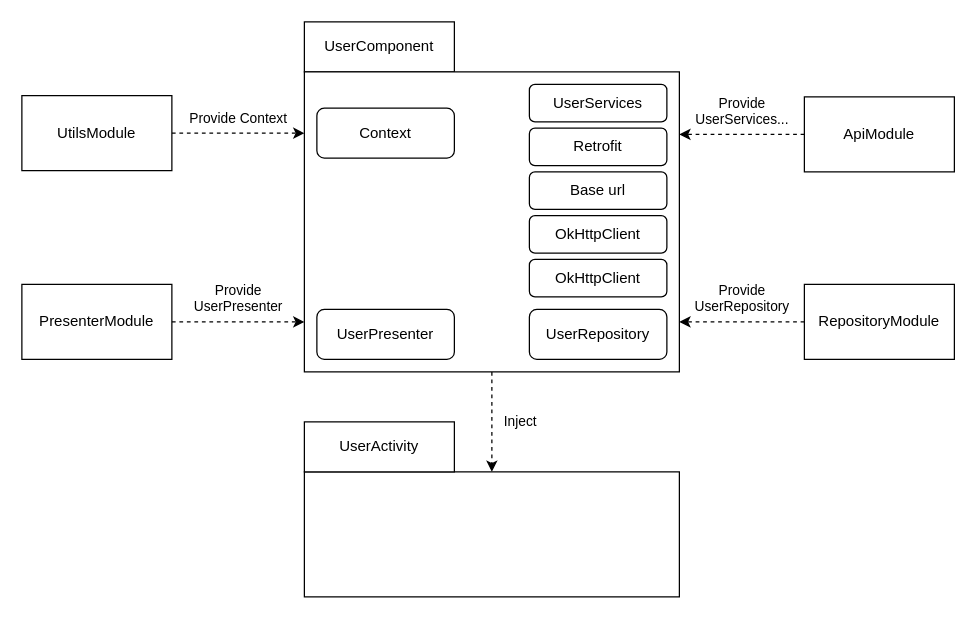
Above: dagger2/Dagger2_component.drawio in srinnix1395/articles-to-share (draw.io), before the change. Source tidied: cells renumbered, new cells numbered last; positions are measured from the earlier drawing's top-left corner, leaving out a move shared by most shapes. Both pictures are drawn from the tidied source at 125%, with x=0, y=0 at pixel (21, 21).
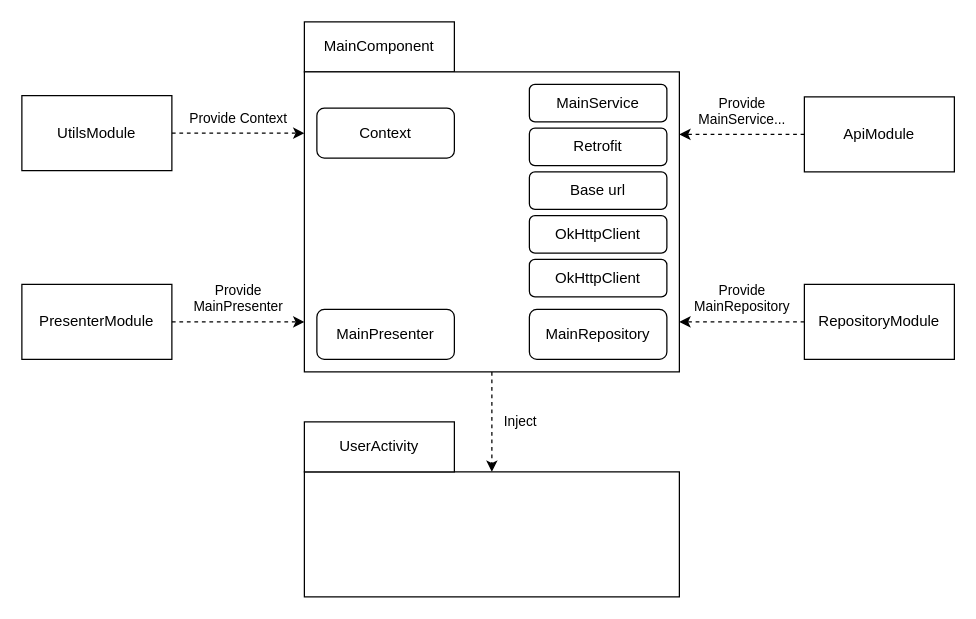
The same page after the edit.

Commit message (it also covers changes not shown here):
FIX Dagger 2 Part II WIP Dagger 2 Part III

Unchanged cells that the change refers to:
```xml
<mxCell id="5" style="group;" parent="1" vertex="1">
  <mxGeometry y="210" width="226" height="60" as="geometry" />
</mxCell>
<mxCell id="7" value="PresenterModule" style="rounded=0;whiteSpace=wrap;html=1;" parent="5" vertex="1">
  <mxGeometry width="120" height="60" as="geometry" />
</mxCell>
<mxCell id="9" style="group;" parent="8" vertex="1">
  <mxGeometry y="30" width="220" height="60" as="geometry" />
</mxCell>
<mxCell id="12" style="group;" parent="1" vertex="1">
  <mxGeometry x="526" y="60" width="220" height="60" as="geometry" />
</mxCell>
<mxCell id="17" style="group;" parent="15" vertex="1">
  <mxGeometry width="300" height="280" as="geometry" />
</mxCell>
```

Change to the diagram source:
```diff
@@
-    <mxCell id="6" value="&lt;div&gt;Provide &lt;br&gt;&lt;/div&gt;&lt;div&gt;UserPresenter&lt;/div&gt;" style="edgeStyle=orthogonalEdgeStyle;rounded=0;jettySize=auto;html=1;dashed=1;verticalAlign=bottom;spacing=5;" parent="5" edge="1" source="7">
+    <mxCell id="6" value="&lt;div&gt;Provide &lt;br&gt;&lt;/div&gt;&lt;div&gt;MainPresenter&lt;/div&gt;" style="edgeStyle=orthogonalEdgeStyle;rounded=0;jettySize=auto;html=1;dashed=1;verticalAlign=bottom;spacing=5;" parent="5" edge="1" source="7">
       <mxGeometry relative="1" as="geometry">
         <mxPoint x="226" y="30" as="targetPoint" />
       </mxGeometry>
     </mxCell>
@@
-    <mxCell id="10" value="&lt;div&gt;Provide &lt;br&gt;&lt;/div&gt;&lt;div&gt;UserRepository&lt;/div&gt;" style="edgeStyle=orthogonalEdgeStyle;rounded=0;orthogonalLoop=1;jettySize=auto;html=1;dashed=1;verticalAlign=bottom;spacing=5;exitX=0;exitY=0.5;exitDx=0;exitDy=0;" parent="9" edge="1">
+    <mxCell id="10" value="&lt;div&gt;Provide &lt;br&gt;&lt;/div&gt;&lt;div&gt;MainRepository&lt;/div&gt;" style="edgeStyle=orthogonalEdgeStyle;rounded=0;orthogonalLoop=1;jettySize=auto;html=1;dashed=1;verticalAlign=bottom;spacing=5;exitX=0;exitY=0.5;exitDx=0;exitDy=0;" parent="9" edge="1">
       <mxGeometry relative="1" as="geometry">
         <mxPoint x="100" y="30" as="sourcePoint" />
         <mxPoint y="30" as="targetPoint" />
         <Array as="points">
           <mxPoint y="30" />
         </Array>
       </mxGeometry>
     </mxCell>
@@
-    <mxCell id="13" value="&lt;div&gt;Provide &lt;br&gt;&lt;/div&gt;&lt;div&gt;UserServices...&lt;br&gt;&lt;/div&gt;" style="edgeStyle=orthogonalEdgeStyle;rounded=0;orthogonalLoop=1;jettySize=auto;html=1;dashed=1;verticalAlign=bottom;spacing=5;exitX=0;exitY=0.5;exitDx=0;exitDy=0;" parent="12" edge="1">
+    <mxCell id="13" value="&lt;div&gt;Provide &lt;br&gt;&lt;/div&gt;&lt;div&gt;MainService...&lt;br&gt;&lt;/div&gt;" style="edgeStyle=orthogonalEdgeStyle;rounded=0;orthogonalLoop=1;jettySize=auto;html=1;dashed=1;verticalAlign=bottom;spacing=5;exitX=0;exitY=0.5;exitDx=0;exitDy=0;" parent="12" edge="1">
       <mxGeometry relative="1" as="geometry">
         <mxPoint x="100" y="30" as="sourcePoint" />
         <mxPoint y="30" as="targetPoint" />
         <Array as="points">
           <mxPoint y="30" />
         </Array>
       </mxGeometry>
     </mxCell>
@@
-    <mxCell id="18" value="UserComponent" style="rounded=0;whiteSpace=wrap;html=1;fontSize=12;glass=0;strokeWidth=1;shadow=0;" parent="17" vertex="1">
+    <mxCell id="18" value="MainComponent" style="rounded=0;whiteSpace=wrap;html=1;fontSize=12;glass=0;strokeWidth=1;shadow=0;" parent="17" vertex="1">
       <mxGeometry width="120" height="40" as="geometry" />
     </mxCell>
@@
-    <mxCell id="21" value="UserPresenter" style="rounded=1;whiteSpace=wrap;html=1;" parent="17" vertex="1">
+    <mxCell id="21" value="MainPresenter" style="rounded=1;whiteSpace=wrap;html=1;" parent="17" vertex="1">
       <mxGeometry x="10" y="230" width="110" height="40" as="geometry" />
     </mxCell>
-    <mxCell id="22" value="UserServices" style="rounded=1;whiteSpace=wrap;html=1;" parent="17" vertex="1">
+    <mxCell id="22" value="MainService" style="rounded=1;whiteSpace=wrap;html=1;" parent="17" vertex="1">
       <mxGeometry x="180" y="50" width="110" height="30" as="geometry" />
     </mxCell>
-    <mxCell id="23" value="UserRepository" style="rounded=1;whiteSpace=wrap;html=1;" parent="17" vertex="1">
+    <mxCell id="23" value="MainRepository" style="rounded=1;whiteSpace=wrap;html=1;" parent="17" vertex="1">
       <mxGeometry x="180" y="230" width="110" height="40" as="geometry" />
     </mxCell>
```
